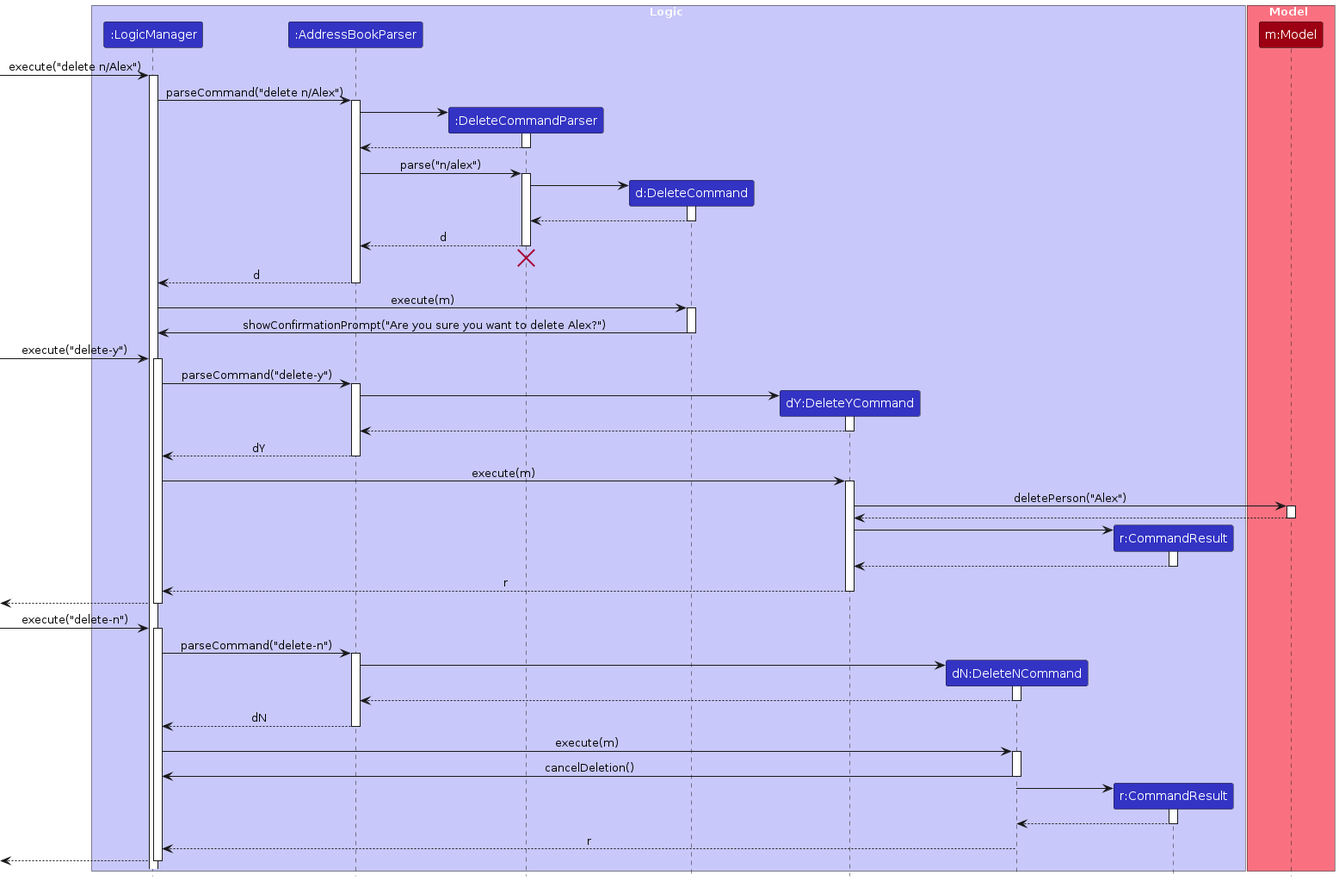
Above: diagrams/DeleteSequenceDiagram.png in AY2425S1-CS2103T-W13-4/tp (PlantUML), before the change. Its source is kept beside it as diagrams/DeleteSequenceDiagram.puml. Source of this version:
```plantuml
@startuml
!include style.puml
skinparam ArrowFontStyle plain

box Logic LOGIC_COLOR_T1
participant ":LogicManager" as LogicManager LOGIC_COLOR
participant ":AddressBookParser" as AddressBookParser LOGIC_COLOR
participant ":DeleteCommandParser" as DeleteCommandParser LOGIC_COLOR
participant "d:DeleteCommand" as DeleteCommand LOGIC_COLOR
participant "dY:DeleteYCommand" as DeleteYCommand LOGIC_COLOR
participant "dN:DeleteNCommand" as DeleteNCommand LOGIC_COLOR
participant "r:CommandResult" as CommandResult LOGIC_COLOR
end box

box Model MODEL_COLOR_T1
participant "m:Model" as Model MODEL_COLOR
end box

[-> LogicManager : execute("delete n/Alex")
activate LogicManager

LogicManager -> AddressBookParser : parseCommand("delete n/Alex")
activate AddressBookParser

create DeleteCommandParser
AddressBookParser -> DeleteCommandParser
activate DeleteCommandParser

DeleteCommandParser --> AddressBookParser
deactivate DeleteCommandParser

AddressBookParser -> DeleteCommandParser : parse("n/alex")
activate DeleteCommandParser

create DeleteCommand
DeleteCommandParser -> DeleteCommand
activate DeleteCommand

DeleteCommand --> DeleteCommandParser :
deactivate DeleteCommand

DeleteCommandParser --> AddressBookParser : d
deactivate DeleteCommandParser
DeleteCommandParser -[hidden]-> AddressBookParser
destroy DeleteCommandParser

AddressBookParser --> LogicManager : d
deactivate AddressBookParser

LogicManager -> DeleteCommand : execute(m)
activate DeleteCommand

DeleteCommand -> LogicManager : showConfirmationPrompt("Are you sure you want to delete Alex?")
deactivate DeleteCommand

[-> LogicManager : execute("delete-y")
activate LogicManager

LogicManager -> AddressBookParser : parseCommand("delete-y")
activate AddressBookParser

create DeleteYCommand
AddressBookParser -> DeleteYCommand
activate DeleteYCommand

DeleteYCommand --> AddressBookParser
deactivate DeleteYCommand

AddressBookParser --> LogicManager : dY
deactivate AddressBookParser

LogicManager -> DeleteYCommand : execute(m)
activate DeleteYCommand

DeleteYCommand -> Model : deletePerson("Alex")
activate Model

Model --> DeleteYCommand
deactivate Model

create CommandResult
DeleteYCommand -> CommandResult
activate CommandResult

CommandResult --> DeleteYCommand
deactivate CommandResult

DeleteYCommand --> LogicManager : r
deactivate DeleteYCommand

[<--LogicManager
deactivate LogicManager

[-> LogicManager : execute("delete-n")
activate LogicManager

LogicManager -> AddressBookParser : parseCommand("delete-n")
activate AddressBookParser

create DeleteNCommand
AddressBookParser -> DeleteNCommand
activate DeleteNCommand

DeleteNCommand --> AddressBookParser
deactivate DeleteNCommand

AddressBookParser --> LogicManager : dN
deactivate AddressBookParser

LogicManager -> DeleteNCommand : execute(m)
activate DeleteNCommand

DeleteNCommand -> LogicManager : cancelDeletion()
deactivate DeleteNCommand

create CommandResult
DeleteNCommand -> CommandResult
activate CommandResult

CommandResult --> DeleteNCommand
deactivate CommandResult

DeleteNCommand --> LogicManager : r
deactivate DeleteNCommand

[<--LogicManager
deactivate LogicManager
@enduml
```
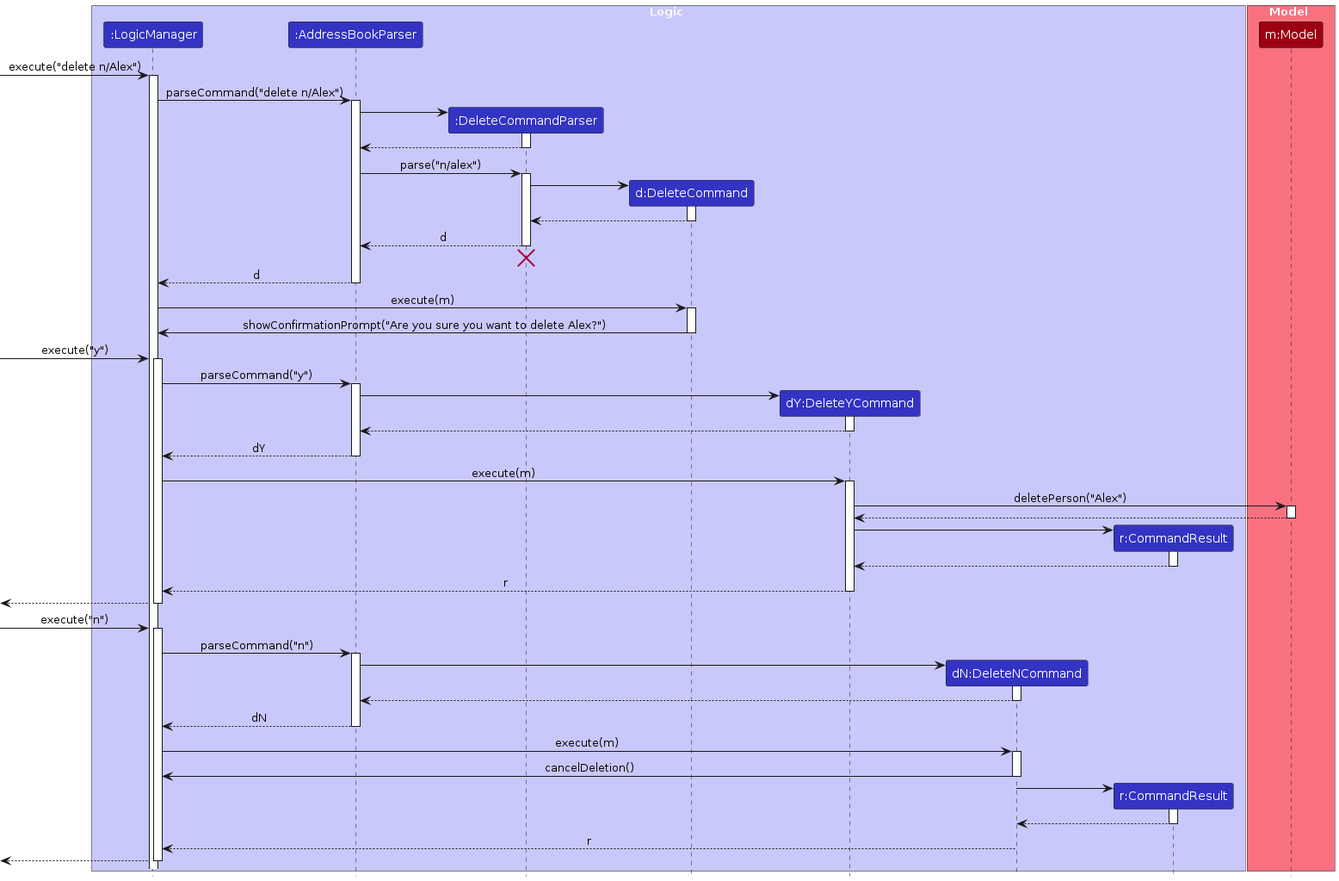
Later version of the same file.

What changed in the source:
```diff
@@ -53,10 +53,10 @@
 DeleteCommand -> LogicManager : showConfirmationPrompt("Are you sure you want to delete Alex?")
 deactivate DeleteCommand
 
-[-> LogicManager : execute("delete-y")
+[-> LogicManager : execute("y")
 activate LogicManager
 
-LogicManager -> AddressBookParser : parseCommand("delete-y")
+LogicManager -> AddressBookParser : parseCommand("y")
 activate AddressBookParser
 
 create DeleteYCommand
@@ -91,10 +91,10 @@
 [<--LogicManager
 deactivate LogicManager
 
-[-> LogicManager : execute("delete-n")
+[-> LogicManager : execute("n")
 activate LogicManager
 
-LogicManager -> AddressBookParser : parseCommand("delete-n")
+LogicManager -> AddressBookParser : parseCommand("n")
 activate AddressBookParser
 
 create DeleteNCommand
```
